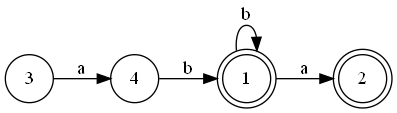
Above: output/min-dfa/min-dfa.gv.png in ZiadSheriif/AutoMajestic (Graphviz), before the change. Its source is kept beside it as output/min-dfa/min-dfa.gv.
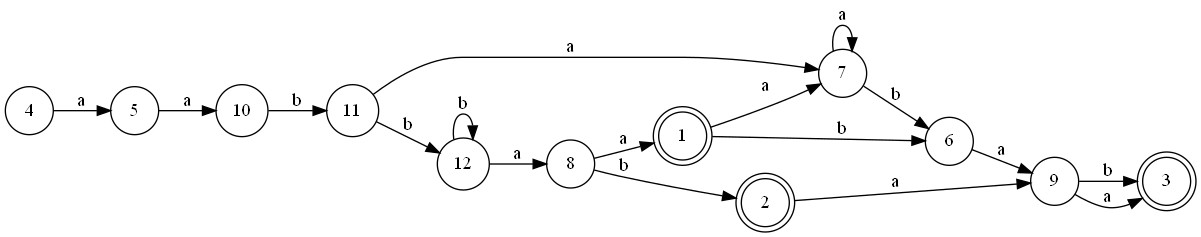
Later version of the same file.

The edit, as a diff of the source:
```diff
@@ -1,11 +1,32 @@
 digraph MIN_DFA {
 	1 [shape=doublecircle]
-	1 -> 2 [label=a]
-	1 -> 1 [label=b]
-	3 [shape=circle]
-	3 -> 4 [label=a]
+	1 -> 6 [label=b]
+	1 -> 7 [label=a]
+	2 [shape=doublecircle]
+	2 -> 9 [label=a]
 	4 [shape=circle]
-	4 -> 1 [label=b]
-	2 [shape=doublecircle]
+	4 -> 5 [label=a]
+	5 [shape=circle]
+	5 -> 10 [label=a]
+	6 [shape=circle]
+	6 -> 9 [label=a]
+	7 [shape=circle]
+	7 -> 6 [label=b]
+	7 -> 7 [label=a]
+	8 [shape=circle]
+	8 -> 2 [label=b]
+	8 -> 1 [label=a]
+	9 [shape=circle]
+	9 -> 3 [label=b]
+	9 -> 3 [label=a]
+	10 [shape=circle]
+	10 -> 11 [label=b]
+	11 [shape=circle]
+	11 -> 12 [label=b]
+	11 -> 7 [label=a]
+	12 [shape=circle]
+	12 -> 12 [label=b]
+	12 -> 8 [label=a]
+	3 [shape=doublecircle]
 	rankdir=LR
 }
```
